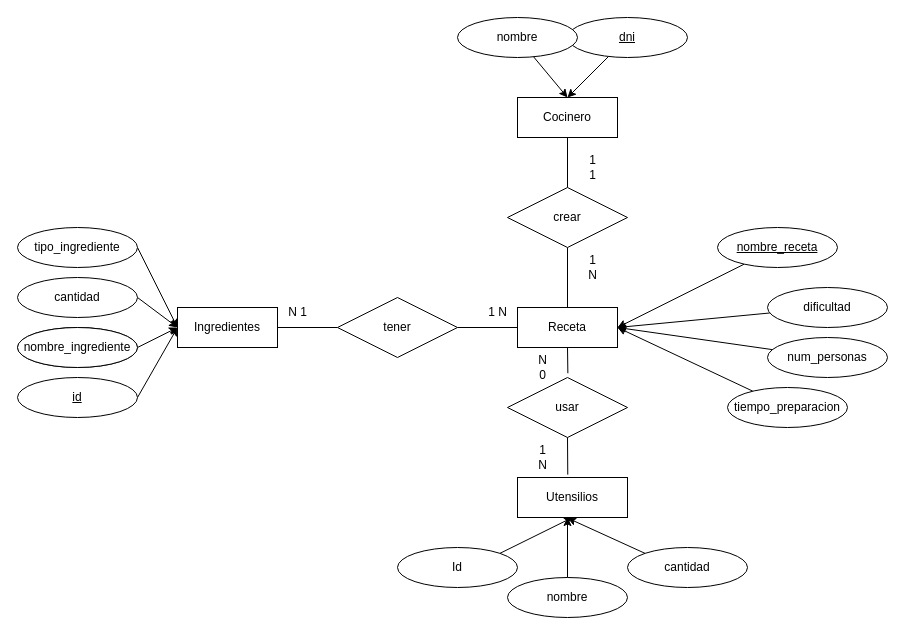
This is ej9.drawio from adriii28/amr-tsys-C3U12-11102023, a draw.io file, before an edit. Source tidied: cells renumbered, new cells numbered last; positions are measured from the earlier drawing's top-left corner, leaving out a move shared by most shapes. Both pictures are drawn from the tidied source at 100%, with x=0, y=0 at pixel (17, 17).
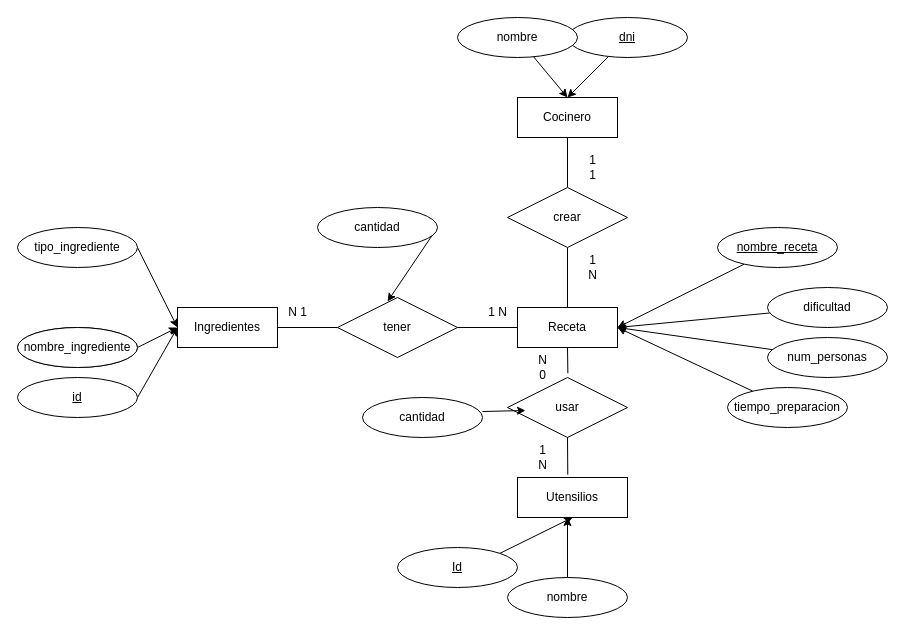
Above is the later version.

The change refers to these unchanged cells:
```xml
<mxCell id="2" value="Ingredientes" style="whiteSpace=wrap;html=1;align=center;" parent="1" vertex="1">
  <mxGeometry x="160" y="290" width="100" height="40" as="geometry" />
</mxCell>
<mxCell id="23" value="tener" style="shape=rhombus;perimeter=rhombusPerimeter;whiteSpace=wrap;html=1;align=center;" parent="1" vertex="1">
  <mxGeometry x="320" y="280" width="120" height="60" as="geometry" />
</mxCell>
<mxCell id="36" value="Utensilios" style="whiteSpace=wrap;html=1;" parent="1" vertex="1">
  <mxGeometry x="500" y="460" width="110" height="40" as="geometry" />
</mxCell>
<mxCell id="37" value="usar" style="shape=rhombus;perimeter=rhombusPerimeter;whiteSpace=wrap;html=1;align=center;" parent="1" vertex="1">
  <mxGeometry x="490" y="360" width="120" height="60" as="geometry" />
</mxCell>
```

The edit, as a diff of the source:
```diff
@@
-    <mxCell id="8" style="rounded=0;jettySize=auto;html=1;exitX=1;exitY=0.5;exitDx=0;exitDy=0;entryX=0;entryY=0.5;entryDx=0;entryDy=0;" parent="1" edge="1" source="9" target="2">
+    <mxCell id="8" style="rounded=0;jettySize=auto;html=1;exitX=1;exitY=0.5;exitDx=0;exitDy=0;entryX=0.417;entryY=0.067;entryDx=0;entryDy=0;entryPerimeter=0;" parent="1" edge="1" source="9" target="23">
       <mxGeometry relative="1" as="geometry" />
     </mxCell>
     <mxCell id="9" value="cantidad" style="ellipse;whiteSpace=wrap;html=1;align=center;" parent="1" vertex="1">
-      <mxGeometry y="260" width="120" height="40" as="geometry" />
+      <mxGeometry x="300" y="190" width="120" height="40" as="geometry" />
     </mxCell>
@@
-    <mxCell id="43" value="Id" style="ellipse;whiteSpace=wrap;html=1;align=center;" parent="1" vertex="1">
+    <mxCell id="43" value="Id" style="ellipse;whiteSpace=wrap;html=1;align=center;fontStyle=4;" parent="1" vertex="1">
       <mxGeometry x="380" y="530" width="120" height="40" as="geometry" />
     </mxCell>
@@
     <mxCell id="45" value="cantidad" style="ellipse;whiteSpace=wrap;html=1;align=center;" parent="1" vertex="1">
-      <mxGeometry x="610" y="530" width="120" height="40" as="geometry" />
+      <mxGeometry x="345" y="380" width="120" height="40" as="geometry" />
     </mxCell>
@@
-    <mxCell id="47" style="rounded=0;jettySize=auto;html=1;exitX=0;exitY=0;exitDx=0;exitDy=0;entryX=0.455;entryY=1.014;entryDx=0;entryDy=0;entryPerimeter=0;" parent="1" edge="1" source="45" target="36">
+    <mxCell id="47" style="rounded=0;jettySize=auto;html=1;exitX=1;exitY=0.35;exitDx=0;exitDy=0;entryX=0.15;entryY=0.55;entryDx=0;entryDy=0;entryPerimeter=0;exitPerimeter=0;" parent="1" edge="1" source="45" target="37">
       <mxGeometry relative="1" as="geometry" />
     </mxCell>
```
